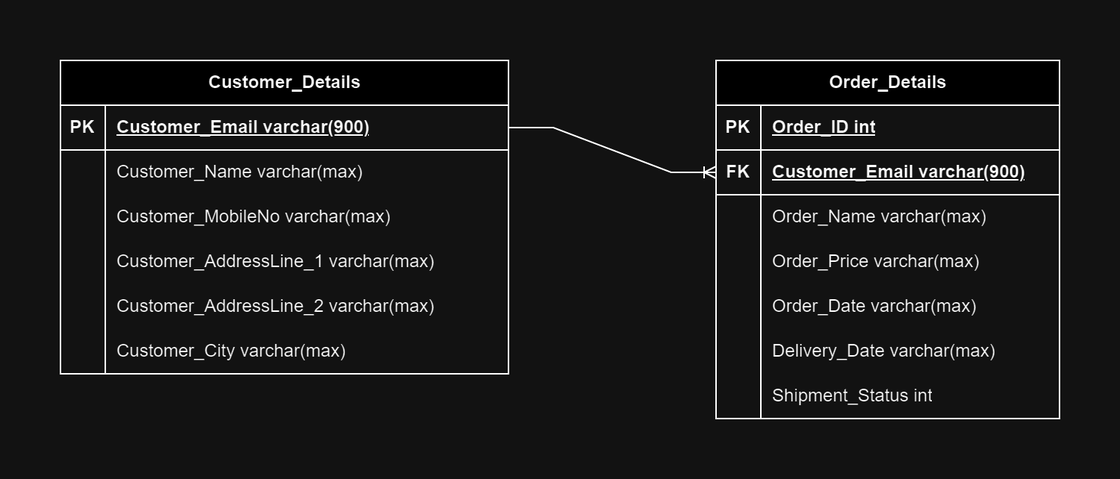
The draw.io diagram Diagrams/Ecommerce_ER_Diagram.png in yuvarajtony/Ecommerce_Hackathon, before a commit. Source tidied: cells renumbered, new cells last; positions are measured from the earlier drawing's top-left corner, leaving out a move shared by most shapes.
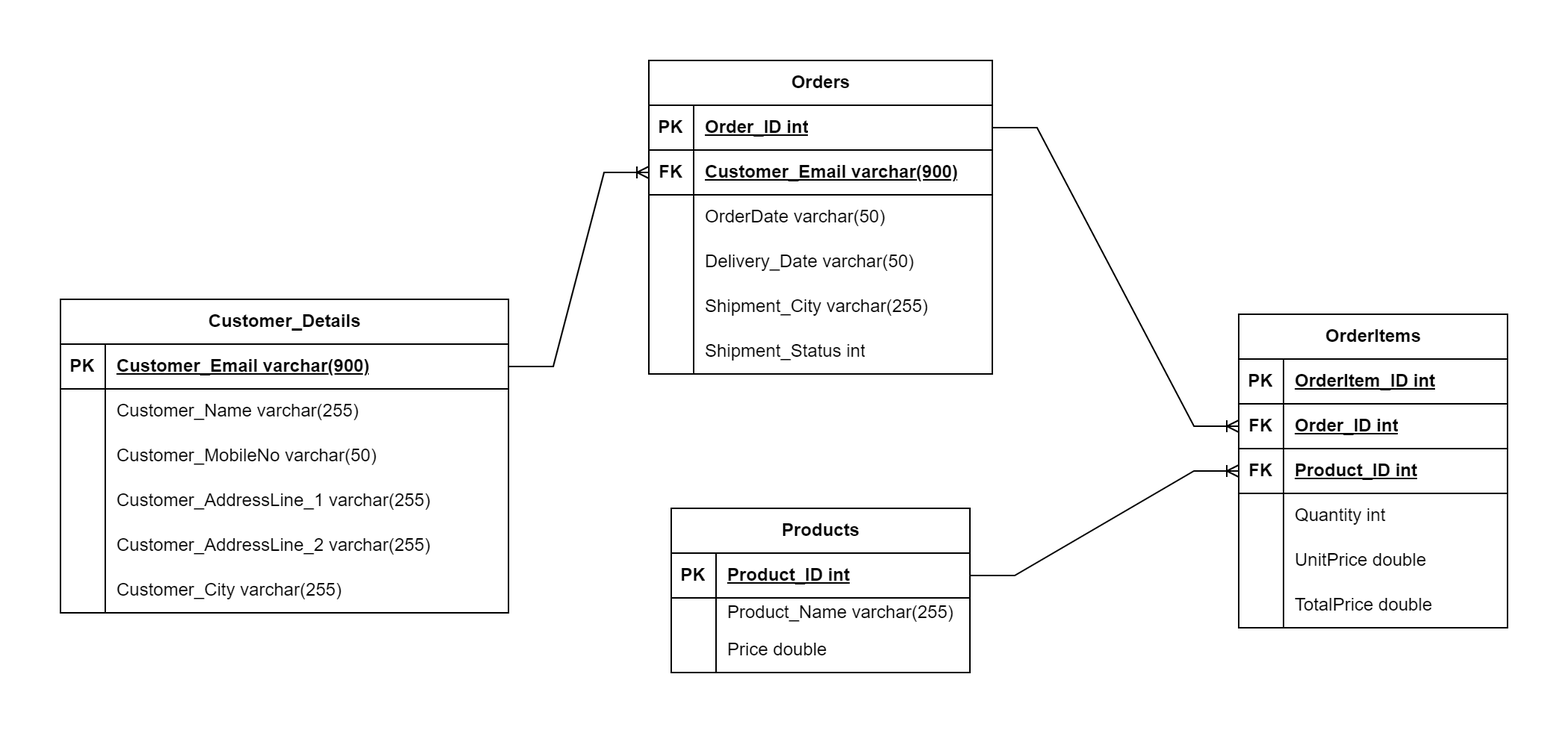
The same diagram one commit later.

Commit message:
sql code and class diagram added

Change to the diagram source:
```diff
@@ -3,7 +3,7 @@
     <mxCell id="0" />
     <mxCell id="1" parent="0" />
     <mxCell id="2" value="Customer_Details" style="shape=table;startSize=30;rowLines=0;fontStyle=1;align=center;html=1;" parent="1" vertex="1">
-      <mxGeometry width="300" height="210" as="geometry" />
+      <mxGeometry y="-170" width="300" height="210" as="geometry" />
     </mxCell>
     <mxCell id="3" style="shape=tableRow;horizontal=0;startSize=0;swimlaneHead=0;swimlaneBody=0;fillColor=none;points=[[0,0.5],[1,0.5]];portConstraint=eastwest;top=0;left=0;right=0;bottom=1;" parent="2" vertex="1">
       <mxGeometry y="30" width="300" height="30" as="geometry" />
@@ -20,7 +20,7 @@
     <mxCell id="7" style="shape=partialRectangle;fillColor=none;top=0;left=0;bottom=0;right=0;overflow=hidden;whiteSpace=wrap;html=1;" parent="6" vertex="1">
       <mxGeometry width="30" height="30" as="geometry" />
     </mxCell>
-    <mxCell id="8" value="Customer_Name varchar(max)" style="shape=partialRectangle;fillColor=none;top=0;left=0;bottom=0;right=0;align=left;spacingLeft=6;overflow=hidden;whiteSpace=wrap;html=1;" parent="6" vertex="1">
+    <mxCell id="8" value="Customer_Name varchar(255)" style="shape=partialRectangle;fillColor=none;top=0;left=0;bottom=0;right=0;align=left;spacingLeft=6;overflow=hidden;whiteSpace=wrap;html=1;" parent="6" vertex="1">
       <mxGeometry x="30" width="270" height="30" as="geometry" />
     </mxCell>
     <mxCell id="9" style="shape=tableRow;horizontal=0;startSize=0;swimlaneHead=0;swimlaneBody=0;fillColor=none;top=0;left=0;right=0;bottom=0;" parent="2" vertex="1">
@@ -29,7 +29,7 @@
     <mxCell id="10" style="shape=partialRectangle;fillColor=none;top=0;left=0;bottom=0;right=0;overflow=hidden;whiteSpace=wrap;html=1;" parent="9" vertex="1">
       <mxGeometry width="30" height="30" as="geometry" />
     </mxCell>
-    <mxCell id="11" value="Customer_MobileNo varchar(max)" style="shape=partialRectangle;fillColor=none;top=0;left=0;bottom=0;right=0;align=left;spacingLeft=6;overflow=hidden;whiteSpace=wrap;html=1;" parent="9" vertex="1">
+    <mxCell id="11" value="Customer_MobileNo varchar(50)" style="shape=partialRectangle;fillColor=none;top=0;left=0;bottom=0;right=0;align=left;spacingLeft=6;overflow=hidden;whiteSpace=wrap;html=1;" parent="9" vertex="1">
       <mxGeometry x="30" width="270" height="30" as="geometry" />
     </mxCell>
     <mxCell id="12" style="shape=tableRow;horizontal=0;startSize=0;swimlaneHead=0;swimlaneBody=0;fillColor=none;top=0;left=0;right=0;bottom=0;" parent="2" vertex="1">
@@ -38,7 +38,7 @@
     <mxCell id="13" style="shape=partialRectangle;fillColor=none;top=0;left=0;bottom=0;right=0;overflow=hidden;whiteSpace=wrap;html=1;" parent="12" vertex="1">
       <mxGeometry width="30" height="30" as="geometry" />
     </mxCell>
-    <mxCell id="14" value="Customer_AddressLine_1 varchar(max)" style="shape=partialRectangle;fillColor=none;top=0;left=0;bottom=0;right=0;align=left;spacingLeft=6;overflow=hidden;whiteSpace=wrap;html=1;" parent="12" vertex="1">
+    <mxCell id="14" value="Customer_AddressLine_1 varchar(255)" style="shape=partialRectangle;fillColor=none;top=0;left=0;bottom=0;right=0;align=left;spacingLeft=6;overflow=hidden;whiteSpace=wrap;html=1;" parent="12" vertex="1">
       <mxGeometry x="30" width="270" height="30" as="geometry" />
     </mxCell>
     <mxCell id="15" style="shape=tableRow;horizontal=0;startSize=0;swimlaneHead=0;swimlaneBody=0;fillColor=none;top=0;left=0;right=0;bottom=0;" parent="2" vertex="1">
@@ -47,7 +47,7 @@
     <mxCell id="16" style="shape=partialRectangle;fillColor=none;top=0;left=0;bottom=0;right=0;overflow=hidden;whiteSpace=wrap;html=1;" parent="15" vertex="1">
       <mxGeometry width="30" height="30" as="geometry" />
     </mxCell>
-    <mxCell id="17" value="Customer_AddressLine_2 varchar(max)" style="shape=partialRectangle;fillColor=none;top=0;left=0;bottom=0;right=0;align=left;spacingLeft=6;overflow=hidden;whiteSpace=wrap;html=1;" parent="15" vertex="1">
+    <mxCell id="17" value="Customer_AddressLine_2 varchar(255)" style="shape=partialRectangle;fillColor=none;top=0;left=0;bottom=0;right=0;align=left;spacingLeft=6;overflow=hidden;whiteSpace=wrap;html=1;" parent="15" vertex="1">
       <mxGeometry x="30" width="270" height="30" as="geometry" />
     </mxCell>
     <mxCell id="18" style="shape=tableRow;horizontal=0;startSize=0;swimlaneHead=0;swimlaneBody=0;fillColor=none;top=0;left=0;right=0;bottom=0;" parent="2" vertex="1">
@@ -56,11 +56,11 @@
     <mxCell id="19" style="shape=partialRectangle;fillColor=none;top=0;left=0;bottom=0;right=0;overflow=hidden;whiteSpace=wrap;html=1;" parent="18" vertex="1">
       <mxGeometry width="30" height="30" as="geometry" />
     </mxCell>
-    <mxCell id="20" value="Customer_City varchar(max)" style="shape=partialRectangle;fillColor=none;top=0;left=0;bottom=0;right=0;align=left;spacingLeft=6;overflow=hidden;whiteSpace=wrap;html=1;" parent="18" vertex="1">
+    <mxCell id="20" value="Customer_City varchar(255)" style="shape=partialRectangle;fillColor=none;top=0;left=0;bottom=0;right=0;align=left;spacingLeft=6;overflow=hidden;whiteSpace=wrap;html=1;" parent="18" vertex="1">
       <mxGeometry x="30" width="270" height="30" as="geometry" />
     </mxCell>
-    <mxCell id="21" value="Order_Details" style="shape=table;startSize=30;rowLines=0;fontStyle=1;align=center;html=1;" parent="1" vertex="1">
-      <mxGeometry x="439" width="230" height="240" as="geometry" />
+    <mxCell id="21" value="Orders" style="shape=table;startSize=30;rowLines=0;fontStyle=1;align=center;html=1;" parent="1" vertex="1">
+      <mxGeometry x="394" y="-330" width="230" height="210" as="geometry" />
     </mxCell>
     <mxCell id="22" style="shape=tableRow;horizontal=0;startSize=0;swimlaneHead=0;swimlaneBody=0;fillColor=none;points=[[0,0.5],[1,0.5]];portConstraint=eastwest;top=0;left=0;right=0;bottom=1;" parent="21" vertex="1">
       <mxGeometry y="30" width="230" height="30" as="geometry" />
@@ -86,47 +86,131 @@
     <mxCell id="29" style="shape=partialRectangle;fillColor=none;top=0;left=0;bottom=0;right=0;overflow=hidden;whiteSpace=wrap;html=1;" parent="28" vertex="1">
       <mxGeometry width="30" height="30" as="geometry" />
     </mxCell>
-    <mxCell id="30" value="Order_Name varchar(max)" style="shape=partialRectangle;fillColor=none;top=0;left=0;bottom=0;right=0;align=left;spacingLeft=6;overflow=hidden;whiteSpace=wrap;html=1;" parent="28" vertex="1">
+    <mxCell id="30" value="OrderDate varchar(50)" style="shape=partialRectangle;fillColor=none;top=0;left=0;bottom=0;right=0;align=left;spacingLeft=6;overflow=hidden;whiteSpace=wrap;html=1;" parent="28" vertex="1">
       <mxGeometry x="30" width="200" height="30" as="geometry" />
     </mxCell>
     <mxCell id="31" style="shape=tableRow;horizontal=0;startSize=0;swimlaneHead=0;swimlaneBody=0;fillColor=none;top=0;left=0;right=0;bottom=0;" parent="21" vertex="1">
       <mxGeometry y="120" width="230" height="30" as="geometry" />
     </mxCell>
-    <mxCell id="32" style="shape=partialRectangle;fillColor=none;top=0;left=0;bottom=0;right=0;overflow=hidden;whiteSpace=wrap;html=1;" parent="31" vertex="1">
-      <mxGeometry width="30" height="30" as="geometry" />
-    </mxCell>
-    <mxCell id="33" value="Order_Price varchar(max)" style="shape=partialRectangle;fillColor=none;top=0;left=0;bottom=0;right=0;align=left;spacingLeft=6;overflow=hidden;whiteSpace=wrap;html=1;" parent="31" vertex="1">
-      <mxGeometry x="30" width="200" height="30" as="geometry" />
-    </mxCell>
+    <mxCell id="44" style="shape=partialRectangle;fillColor=none;top=0;left=0;bottom=0;right=0;overflow=hidden;whiteSpace=wrap;html=1;" parent="31" vertex="1">
+      <mxGeometry width="30" height="30" as="geometry" />
+    </mxCell>
+    <mxCell id="45" value="Delivery_Date varchar(50)" style="shape=partialRectangle;fillColor=none;top=0;left=0;bottom=0;right=0;align=left;spacingLeft=6;overflow=hidden;whiteSpace=wrap;html=1;" parent="31" vertex="1">
+      <mxGeometry x="30" width="200" height="30" as="geometry" />
+    </mxCell>
     <mxCell id="34" style="shape=tableRow;horizontal=0;startSize=0;swimlaneHead=0;swimlaneBody=0;fillColor=none;top=0;left=0;right=0;bottom=0;" parent="21" vertex="1">
       <mxGeometry y="150" width="230" height="30" as="geometry" />
     </mxCell>
-    <mxCell id="35" style="shape=partialRectangle;fillColor=none;top=0;left=0;bottom=0;right=0;overflow=hidden;whiteSpace=wrap;html=1;" parent="34" vertex="1">
-      <mxGeometry width="30" height="30" as="geometry" />
-    </mxCell>
-    <mxCell id="36" value="Order_Date varchar(max)" style="shape=partialRectangle;fillColor=none;top=0;left=0;bottom=0;right=0;align=left;spacingLeft=6;overflow=hidden;whiteSpace=wrap;html=1;" parent="34" vertex="1">
-      <mxGeometry x="30" width="200" height="30" as="geometry" />
-    </mxCell>
+    <mxCell id="46" style="shape=partialRectangle;fillColor=none;top=0;left=0;bottom=0;right=0;overflow=hidden;whiteSpace=wrap;html=1;" parent="34" vertex="1">
+      <mxGeometry width="30" height="30" as="geometry" />
+    </mxCell>
+    <mxCell id="47" value="Shipment_City varchar(255)" style="shape=partialRectangle;fillColor=none;top=0;left=0;bottom=0;right=0;align=left;spacingLeft=6;overflow=hidden;whiteSpace=wrap;html=1;" parent="34" vertex="1">
+      <mxGeometry x="30" width="200" height="30" as="geometry" />
+    </mxCell>
     <mxCell id="37" style="shape=tableRow;horizontal=0;startSize=0;swimlaneHead=0;swimlaneBody=0;fillColor=none;top=0;left=0;right=0;bottom=0;" parent="21" vertex="1">
       <mxGeometry y="180" width="230" height="30" as="geometry" />
     </mxCell>
-    <mxCell id="38" style="shape=partialRectangle;fillColor=none;top=0;left=0;bottom=0;right=0;overflow=hidden;whiteSpace=wrap;html=1;" parent="37" vertex="1">
-      <mxGeometry width="30" height="30" as="geometry" />
-    </mxCell>
-    <mxCell id="39" value="Delivery_Date varchar(max)" style="shape=partialRectangle;fillColor=none;top=0;left=0;bottom=0;right=0;align=left;spacingLeft=6;overflow=hidden;whiteSpace=wrap;html=1;" parent="37" vertex="1">
-      <mxGeometry x="30" width="200" height="30" as="geometry" />
-    </mxCell>
-    <mxCell id="40" style="shape=tableRow;horizontal=0;startSize=0;swimlaneHead=0;swimlaneBody=0;fillColor=none;top=0;left=0;right=0;bottom=0;" parent="21" vertex="1">
-      <mxGeometry y="210" width="230" height="30" as="geometry" />
-    </mxCell>
-    <mxCell id="41" style="shape=partialRectangle;fillColor=none;top=0;left=0;bottom=0;right=0;overflow=hidden;whiteSpace=wrap;html=1;" parent="40" vertex="1">
-      <mxGeometry width="30" height="30" as="geometry" />
-    </mxCell>
+    <mxCell id="48" style="shape=partialRectangle;fillColor=none;top=0;left=0;bottom=0;right=0;overflow=hidden;whiteSpace=wrap;html=1;" parent="37" vertex="1">
+      <mxGeometry width="30" height="30" as="geometry" />
+    </mxCell>
-    <mxCell id="42" value="Shipment_Status int" style="shape=partialRectangle;fillColor=none;top=0;left=0;bottom=0;right=0;align=left;spacingLeft=6;overflow=hidden;whiteSpace=wrap;html=1;" parent="40" vertex="1">
+    <mxCell id="42" value="Shipment_Status int" style="shape=partialRectangle;fillColor=none;top=0;left=0;bottom=0;right=0;align=left;spacingLeft=6;overflow=hidden;whiteSpace=wrap;html=1;" parent="37" vertex="1">
       <mxGeometry x="30" width="200" height="30" as="geometry" />
     </mxCell>
     <mxCell id="43" style="edgeStyle=entityRelationEdgeStyle;fontSize=12;html=1;endArrow=ERoneToMany;rounded=0;exitX=1;exitY=0.5;exitDx=0;exitDy=0;entryX=0;entryY=0.5;entryDx=0;entryDy=0;" parent="1" edge="1" source="3" target="25">
       <mxGeometry relative="1" as="geometry" />
     </mxCell>
+    <mxCell id="49" value="Products" style="shape=table;startSize=30;rowLines=0;fontStyle=1;align=center;html=1;" parent="1" vertex="1">
+      <mxGeometry x="409" y="-30" width="200" height="110" as="geometry" />
+    </mxCell>
+    <mxCell id="50" style="shape=tableRow;horizontal=0;startSize=0;swimlaneHead=0;swimlaneBody=0;fillColor=none;points=[[0,0.5],[1,0.5]];portConstraint=eastwest;top=0;left=0;right=0;bottom=1;" parent="49" vertex="1">
+      <mxGeometry y="30" width="200" height="30" as="geometry" />
+    </mxCell>
+    <mxCell id="51" value="PK" style="shape=partialRectangle;fillColor=none;top=0;left=0;bottom=0;right=0;fontStyle=1;overflow=hidden;whiteSpace=wrap;html=1;" parent="50" vertex="1">
+      <mxGeometry width="30" height="30" as="geometry" />
+    </mxCell>
+    <mxCell id="52" value="Product_ID int" style="shape=partialRectangle;fillColor=none;top=0;left=0;bottom=0;right=0;align=left;spacingLeft=6;fontStyle=5;overflow=hidden;whiteSpace=wrap;html=1;" parent="50" vertex="1">
+      <mxGeometry x="30" width="170" height="30" as="geometry" />
+    </mxCell>
+    <mxCell id="53" style="shape=tableRow;horizontal=0;startSize=0;swimlaneHead=0;swimlaneBody=0;fillColor=none;top=0;left=0;right=0;bottom=0;" parent="49" vertex="1">
+      <mxGeometry y="60" width="200" height="20" as="geometry" />
+    </mxCell>
+    <mxCell id="54" style="shape=partialRectangle;fillColor=none;top=0;left=0;bottom=0;right=0;overflow=hidden;whiteSpace=wrap;html=1;" parent="53" vertex="1">
+      <mxGeometry width="30" height="20" as="geometry" />
+    </mxCell>
+    <mxCell id="55" value="Product_Name varchar(255)" style="shape=partialRectangle;fillColor=none;top=0;left=0;bottom=0;right=0;align=left;spacingLeft=6;overflow=hidden;whiteSpace=wrap;html=1;" parent="53" vertex="1">
+      <mxGeometry x="30" width="170" height="20" as="geometry" />
+    </mxCell>
+    <mxCell id="56" style="shape=tableRow;horizontal=0;startSize=0;swimlaneHead=0;swimlaneBody=0;fillColor=none;top=0;left=0;right=0;bottom=0;" parent="49" vertex="1">
+      <mxGeometry y="80" width="200" height="30" as="geometry" />
+    </mxCell>
+    <mxCell id="57" style="shape=partialRectangle;fillColor=none;top=0;left=0;bottom=0;right=0;overflow=hidden;whiteSpace=wrap;html=1;" parent="56" vertex="1">
+      <mxGeometry width="30" height="30" as="geometry" />
+    </mxCell>
+    <mxCell id="58" value="Price double" style="shape=partialRectangle;fillColor=none;top=0;left=0;bottom=0;right=0;align=left;spacingLeft=6;overflow=hidden;whiteSpace=wrap;html=1;" parent="56" vertex="1">
+      <mxGeometry x="30" width="170" height="30" as="geometry" />
+    </mxCell>
+    <mxCell id="59" value="OrderItems" style="shape=table;startSize=30;rowLines=0;fontStyle=1;align=center;html=1;" parent="1" vertex="1">
+      <mxGeometry x="789" y="-160" width="180" height="210" as="geometry" />
+    </mxCell>
+    <mxCell id="60" style="shape=tableRow;horizontal=0;startSize=0;swimlaneHead=0;swimlaneBody=0;fillColor=none;top=0;left=0;right=0;bottom=1;" parent="59" vertex="1">
+      <mxGeometry y="30" width="180" height="30" as="geometry" />
+    </mxCell>
+    <mxCell id="61" value="PK" style="shape=partialRectangle;fillColor=none;top=0;left=0;bottom=0;right=0;fontStyle=1;overflow=hidden;whiteSpace=wrap;html=1;" parent="60" vertex="1">
+      <mxGeometry width="30" height="30" as="geometry" />
+    </mxCell>
+    <mxCell id="62" value="OrderItem_ID int" style="shape=partialRectangle;fillColor=none;top=0;left=0;bottom=0;right=0;align=left;spacingLeft=6;fontStyle=5;overflow=hidden;whiteSpace=wrap;html=1;" parent="60" vertex="1">
+      <mxGeometry x="30" width="150" height="30" as="geometry" />
+    </mxCell>
+    <mxCell id="63" style="shape=tableRow;horizontal=0;startSize=0;swimlaneHead=0;swimlaneBody=0;fillColor=none;points=[[0,0.5],[1,0.5]];portConstraint=eastwest;top=0;left=0;right=0;bottom=1;" parent="59" vertex="1">
+      <mxGeometry y="60" width="180" height="30" as="geometry" />
+    </mxCell>
+    <mxCell id="64" value="FK" style="shape=partialRectangle;fillColor=none;top=0;left=0;bottom=0;right=0;fontStyle=1;overflow=hidden;whiteSpace=wrap;html=1;" parent="63" vertex="1">
+      <mxGeometry width="30" height="30" as="geometry" />
+    </mxCell>
+    <mxCell id="65" value="Order_ID int" style="shape=partialRectangle;fillColor=none;top=0;left=0;bottom=0;right=0;align=left;spacingLeft=6;fontStyle=5;overflow=hidden;whiteSpace=wrap;html=1;" parent="63" vertex="1">
+      <mxGeometry x="30" width="150" height="30" as="geometry" />
+    </mxCell>
+    <mxCell id="66" style="shape=tableRow;horizontal=0;startSize=0;swimlaneHead=0;swimlaneBody=0;fillColor=none;points=[[0,0.5],[1,0.5]];portConstraint=eastwest;top=0;left=0;right=0;bottom=1;" parent="59" vertex="1">
+      <mxGeometry y="90" width="180" height="30" as="geometry" />
+    </mxCell>
+    <mxCell id="67" value="FK" style="shape=partialRectangle;fillColor=none;top=0;left=0;bottom=0;right=0;fontStyle=1;overflow=hidden;whiteSpace=wrap;html=1;" parent="66" vertex="1">
+      <mxGeometry width="30" height="30" as="geometry" />
+    </mxCell>
+    <mxCell id="68" value="Product_ID int" style="shape=partialRectangle;fillColor=none;top=0;left=0;bottom=0;right=0;align=left;spacingLeft=6;fontStyle=5;overflow=hidden;whiteSpace=wrap;html=1;" parent="66" vertex="1">
+      <mxGeometry x="30" width="150" height="30" as="geometry" />
+    </mxCell>
+    <mxCell id="69" style="shape=tableRow;horizontal=0;startSize=0;swimlaneHead=0;swimlaneBody=0;fillColor=none;top=0;left=0;right=0;bottom=0;" parent="59" vertex="1">
+      <mxGeometry y="120" width="180" height="30" as="geometry" />
+    </mxCell>
+    <mxCell id="70" style="shape=partialRectangle;fillColor=none;top=0;left=0;bottom=0;right=0;overflow=hidden;whiteSpace=wrap;html=1;" parent="69" vertex="1">
+      <mxGeometry width="30" height="30" as="geometry" />
+    </mxCell>
+    <mxCell id="71" value="Quantity int" style="shape=partialRectangle;fillColor=none;top=0;left=0;bottom=0;right=0;align=left;spacingLeft=6;overflow=hidden;whiteSpace=wrap;html=1;" parent="69" vertex="1">
+      <mxGeometry x="30" width="150" height="30" as="geometry" />
+    </mxCell>
+    <mxCell id="72" style="shape=tableRow;horizontal=0;startSize=0;swimlaneHead=0;swimlaneBody=0;fillColor=none;top=0;left=0;right=0;bottom=0;" parent="59" vertex="1">
+      <mxGeometry y="150" width="180" height="30" as="geometry" />
+    </mxCell>
+    <mxCell id="73" style="shape=partialRectangle;fillColor=none;top=0;left=0;bottom=0;right=0;overflow=hidden;whiteSpace=wrap;html=1;" parent="72" vertex="1">
+      <mxGeometry width="30" height="30" as="geometry" />
+    </mxCell>
+    <mxCell id="74" value="UnitPrice double" style="shape=partialRectangle;fillColor=none;top=0;left=0;bottom=0;right=0;align=left;spacingLeft=6;overflow=hidden;whiteSpace=wrap;html=1;" parent="72" vertex="1">
+      <mxGeometry x="30" width="150" height="30" as="geometry" />
+    </mxCell>
+    <mxCell id="75" style="shape=tableRow;horizontal=0;startSize=0;swimlaneHead=0;swimlaneBody=0;fillColor=none;top=0;left=0;right=0;bottom=0;" parent="59" vertex="1">
+      <mxGeometry y="180" width="180" height="30" as="geometry" />
+    </mxCell>
+    <mxCell id="76" style="shape=partialRectangle;fillColor=none;top=0;left=0;bottom=0;right=0;overflow=hidden;whiteSpace=wrap;html=1;" parent="75" vertex="1">
+      <mxGeometry width="30" height="30" as="geometry" />
+    </mxCell>
+    <mxCell id="77" value="TotalPrice double" style="shape=partialRectangle;fillColor=none;top=0;left=0;bottom=0;right=0;align=left;spacingLeft=6;overflow=hidden;whiteSpace=wrap;html=1;" parent="75" vertex="1">
+      <mxGeometry x="30" width="150" height="30" as="geometry" />
+    </mxCell>
+    <mxCell id="78" style="edgeStyle=entityRelationEdgeStyle;fontSize=12;html=1;endArrow=ERoneToMany;rounded=0;exitX=1;exitY=0.5;exitDx=0;exitDy=0;entryX=0;entryY=0.5;entryDx=0;entryDy=0;" parent="1" edge="1" source="22" target="63">
+      <mxGeometry relative="1" as="geometry" />
+    </mxCell>
+    <mxCell id="79" style="edgeStyle=entityRelationEdgeStyle;fontSize=12;html=1;endArrow=ERoneToMany;rounded=0;exitX=1;exitY=0.5;exitDx=0;exitDy=0;entryX=0;entryY=0.5;entryDx=0;entryDy=0;" parent="1" edge="1" source="50" target="66">
+      <mxGeometry relative="1" as="geometry" />
+    </mxCell>
   </root>
 </mxGraphModel>
```
